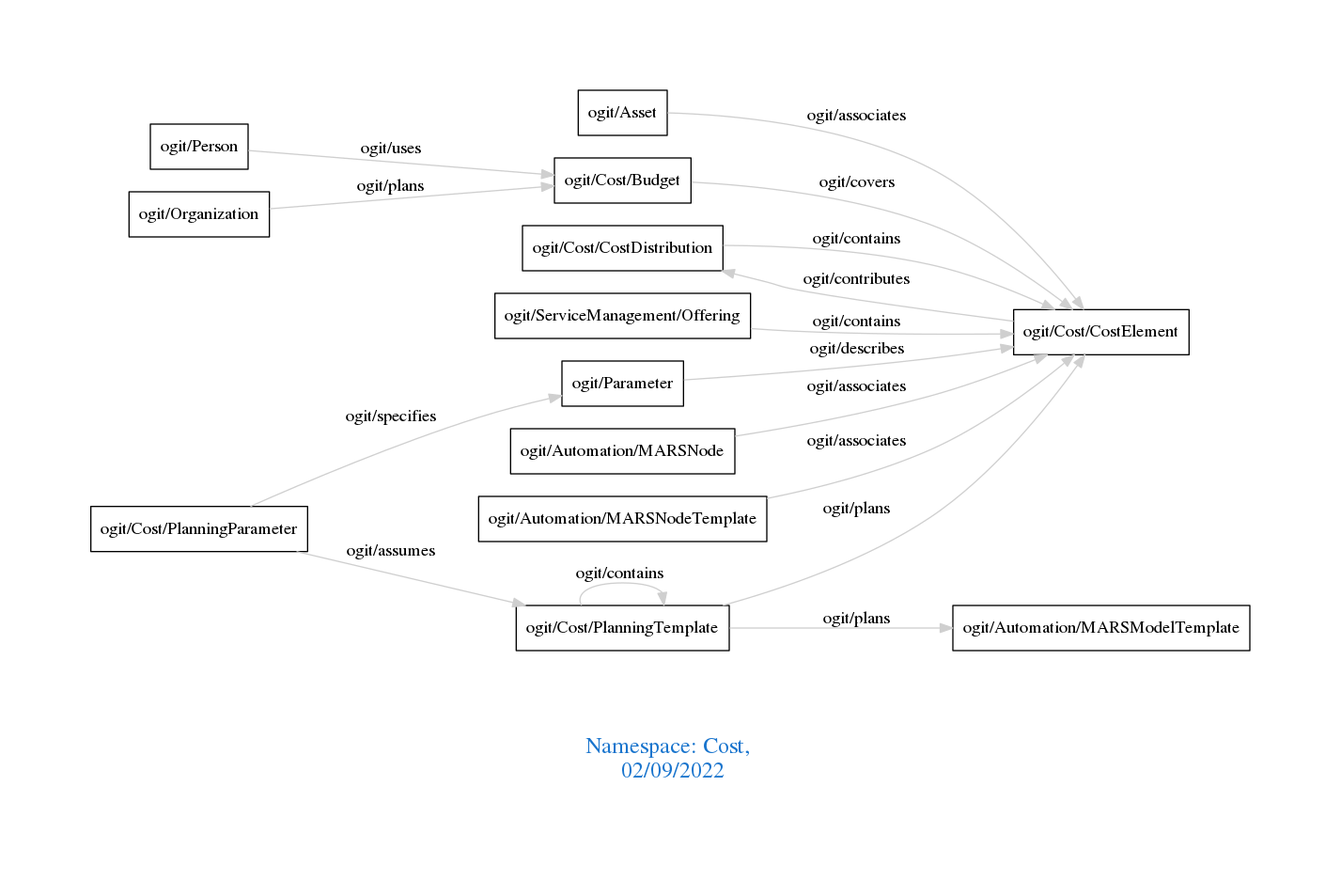
This is downloads/Cost.png from arago/OGIT, a Graphviz export, as it was before one commit. Its source is kept beside it as downloads/Cost.dot.
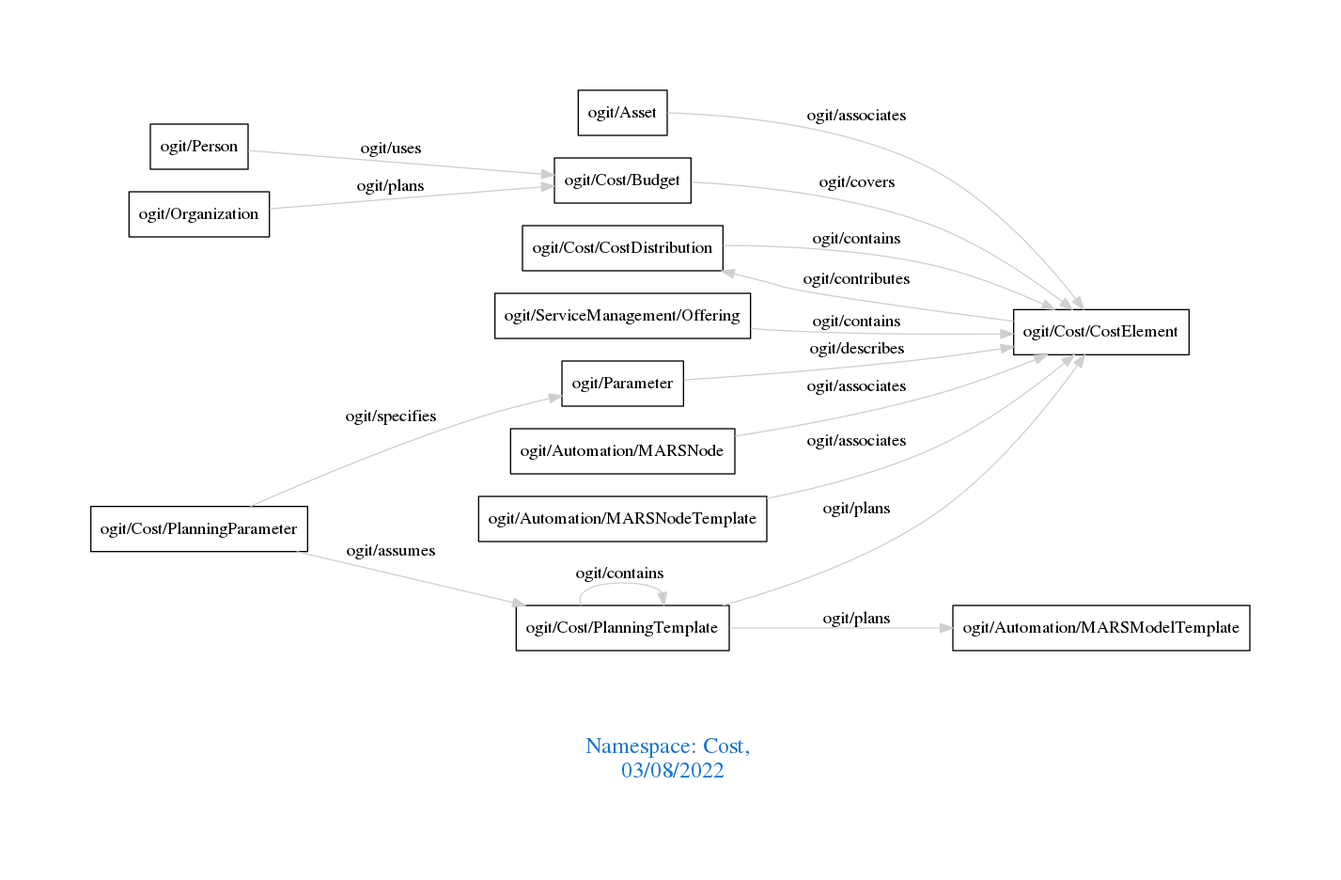
The same file after the commit.

The edit, as a diff of the source:
```diff
@@ -1,7 +1,7 @@
 digraph OGIT_ontology {
  graph [ rankdir= LR,pad=1
 fontsize = 18,
-fontcolor= dodgerblue3,label = "\n\n\nNamespace: Cost, \n 02/09/2022"];
+fontcolor= dodgerblue3,label = "\n\n\nNamespace: Cost, \n 03/08/2022"];
 node[shape=polygon];
 edge [  color="gray81"];
 
```
